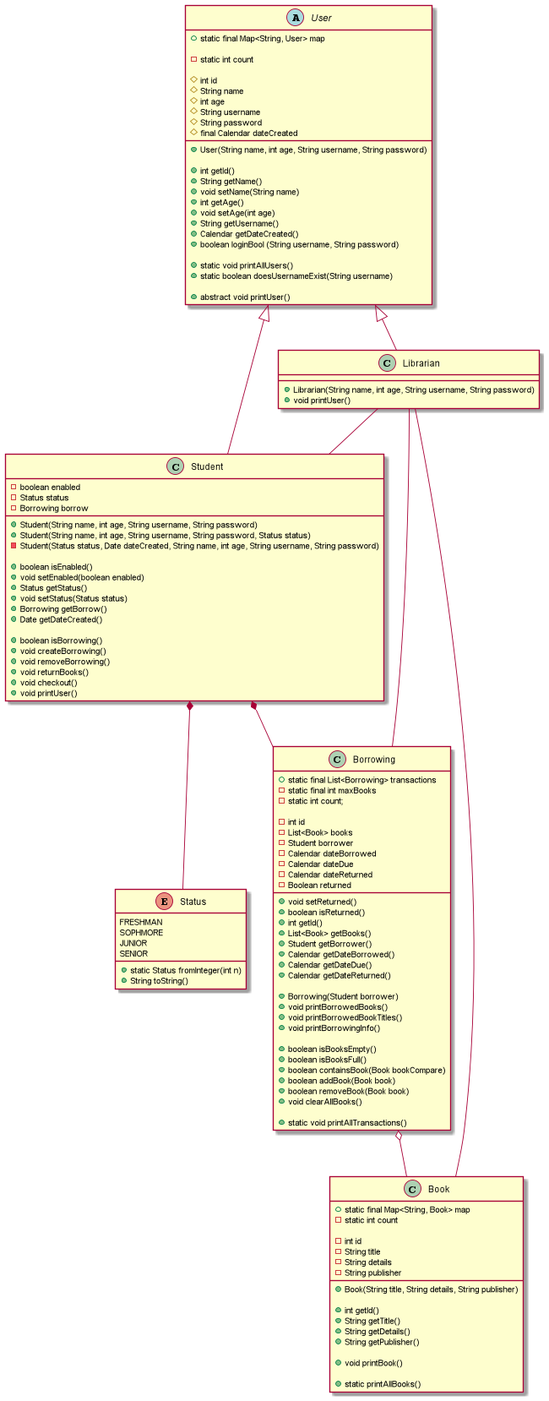
This is UML.png from drumman22/COP3330-Group-Project, a PlantUML export, as it was before one commit.
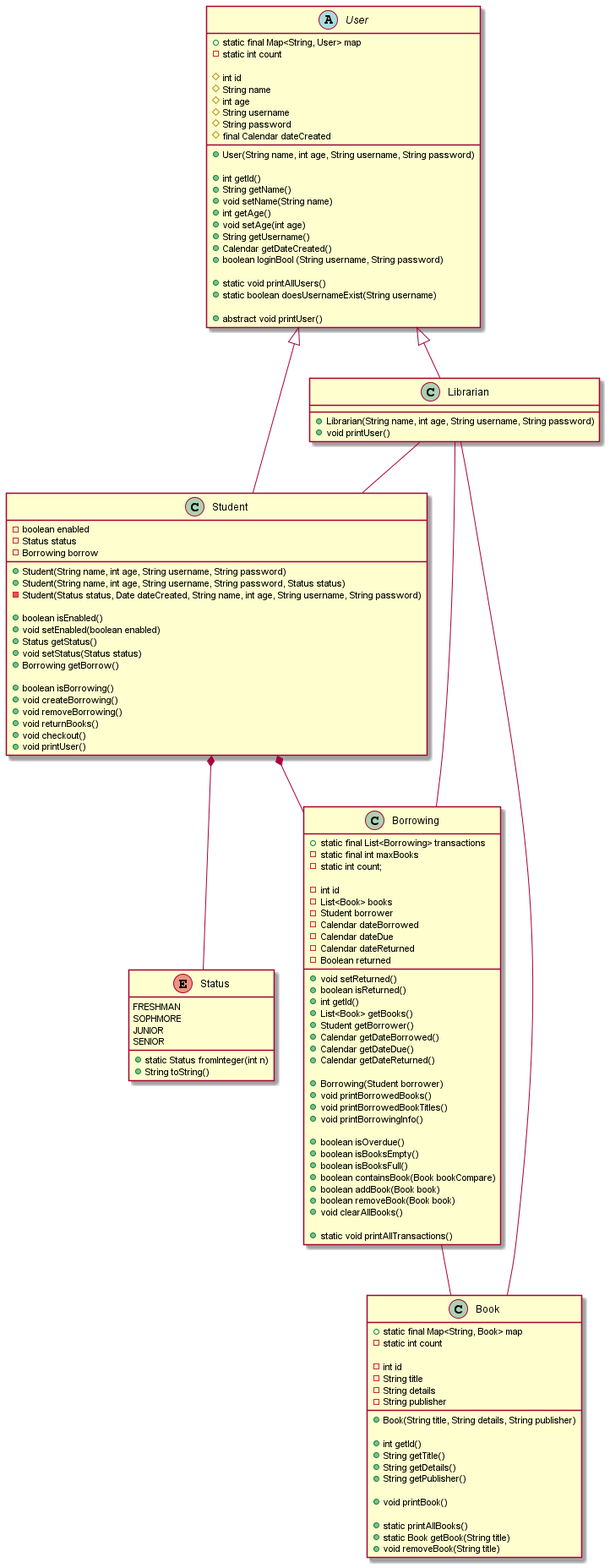
Above is the later version.

Change to the diagram source:
```diff
@@ -1,7 +1,6 @@
 @startuml
 abstract User {
     + static final Map<String, User> map
-
     - static int count
 
     # int id
@@ -47,7 +46,6 @@
     + Status getStatus()
     + void setStatus(Status status)
     + Borrowing getBorrow()
-    + Date getDateCreated()
 
     + boolean isBorrowing()
     + void createBorrowing()
@@ -94,6 +92,7 @@
     + void printBorrowedBookTitles()
     + void printBorrowingInfo()
 
+    + boolean isOverdue()
     + boolean isBooksEmpty()
     + boolean isBooksFull()
     + boolean containsBook(Book bookCompare)
@@ -123,6 +122,8 @@
     + void printBook()
 
     + static printAllBooks()
+    + static Book getBook(String title)
+    + void removeBook(String title)
 }
 
 User <|-- Student
@@ -130,7 +131,7 @@
 Student *-- Status
 Student *-- Borrowing
 Borrowing -- Librarian
-Borrowing o-- Book
+Borrowing -- Book
 Librarian -- Student
 Book -- Librarian
 
```
